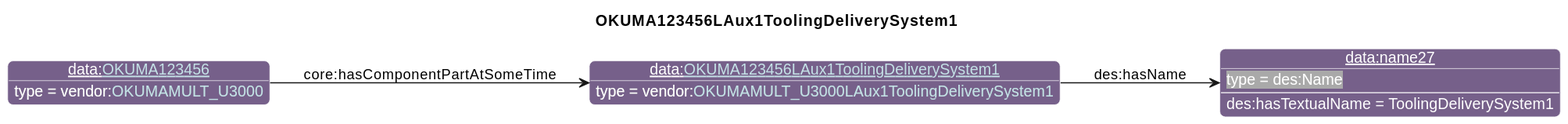
Before: diagrams/OKUMA123456LAux1ToolingDeliverySystem1.svg, a diagram exported from PlantUML (iofoundry/example-syseng-mtconnect).
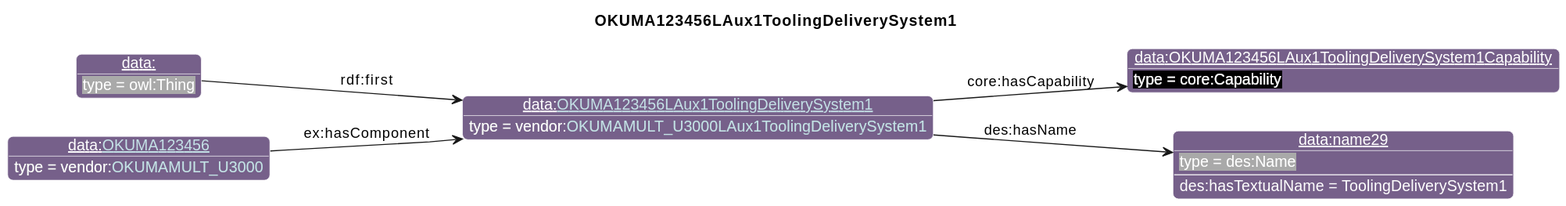
Above is the later version.

Diff of the diagram source:
```diff
@@ -26,9 +26,13 @@
                       "qp":"641B2E"
       }
 individual(o0, data:[[./OKUMA123456LAux1ToolingDeliverySystem1.html OKUMA123456LAux1ToolingDeliverySystem1]], vendor:[[../OKUMA.html#OKUMAMULT_U3000LAux1ToolingDeliverySystem1 OKUMAMULT_U3000LAux1ToolingDeliverySystem1]])
-individual(o1, data:name27, des:Name)
-individual(o2, data:[[./OKUMA123456.html OKUMA123456]], vendor:[[../OKUMA.html#OKUMAMULT_U3000 OKUMAMULT_U3000]])
-property(o0, "des:hasName", o1)
-data(o1, "des:hasTextualName", "ToolingDeliverySystem1")
-property(o2, "core:hasComponentPartAtSomeTime", o0)
+individual(o1, data:OKUMA123456LAux1ToolingDeliverySystem1Capability, core:Capability)
+individual(o2, data:name29, des:Name)
+individual(o3, data:, owl:Thing)
+individual(o4, data:[[./OKUMA123456.html OKUMA123456]], vendor:[[../OKUMA.html#OKUMAMULT_U3000 OKUMAMULT_U3000]])
+property(o0, "core:hasCapability", o1)
+property(o0, "des:hasName", o2)
+data(o2, "des:hasTextualName", "ToolingDeliverySystem1")
+property(o3, "rdf:first", o0)
+property(o4, "ex:hasComponent", o0)
 @enduml
```
